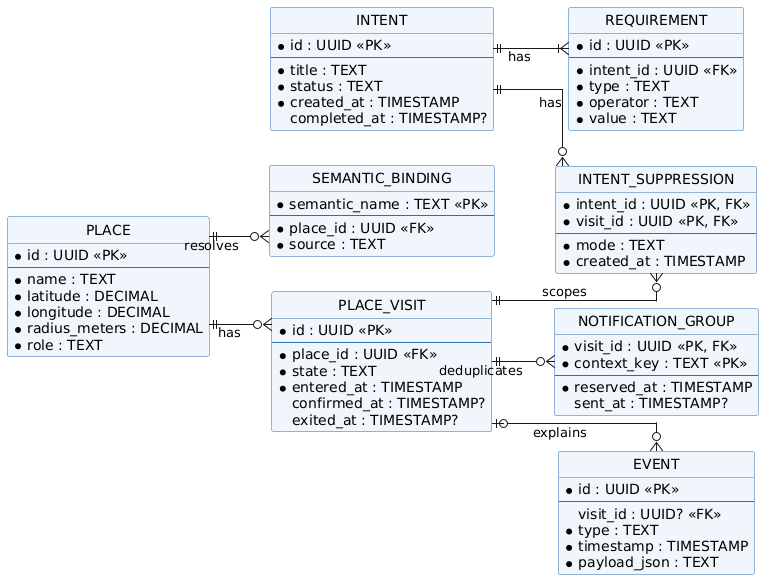
Above: docs/lab-02/diagrams/rendered/08-er.png in techmo0/GoCue (PlantUML), before the change.
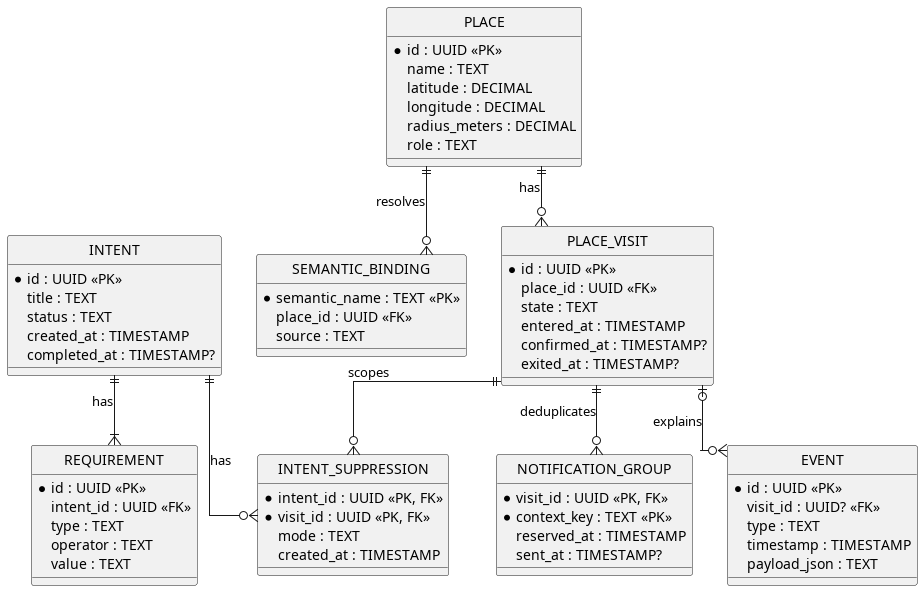
Above is the later version.

Commit message:
Update GoCue ER diagram

The edit, as a diff of the source:
```diff
@@ -1,83 +1,88 @@
 @startuml
-left to right direction
-skinparam backgroundColor white
-skinparam shadowing false
-skinparam defaultFontName "DejaVu Sans"
+
+hide circle
 skinparam linetype ortho
-skinparam class {
-  BackgroundColor #F0F6FB
-  BorderColor #2D70B2
-}
-hide circle
-
-entity "INTENT" as INTENT {
-  * id : UUID <<PK>>
-  --
-  * title : TEXT
-  * status : TEXT
-  * created_at : TIMESTAMP
-  completed_at : TIMESTAMP?
-}
-entity "REQUIREMENT" as REQUIREMENT {
-  * id : UUID <<PK>>
-  --
-  * intent_id : UUID <<FK>>
-  * type : TEXT
-  * operator : TEXT
-  * value : TEXT
-}
-entity "PLACE" as PLACE {
-  * id : UUID <<PK>>
-  --
-  * name : TEXT
-  * latitude : DECIMAL
-  * longitude : DECIMAL
-  * radius_meters : DECIMAL
-  * role : TEXT
-}
-entity "SEMANTIC_BINDING" as BINDING {
-  * semantic_name : TEXT <<PK>>
-  --
-  * place_id : UUID <<FK>>
-  * source : TEXT
-}
-entity "PLACE_VISIT" as VISIT {
-  * id : UUID <<PK>>
-  --
-  * place_id : UUID <<FK>>
-  * state : TEXT
-  * entered_at : TIMESTAMP
-  confirmed_at : TIMESTAMP?
-  exited_at : TIMESTAMP?
-}
-entity "INTENT_SUPPRESSION" as SUPPRESSION {
-  * intent_id : UUID <<PK, FK>>
-  * visit_id : UUID <<PK, FK>>
-  --
-  * mode : TEXT
-  * created_at : TIMESTAMP
-}
-entity "NOTIFICATION_GROUP" as NOTIFICATION {
-  * visit_id : UUID <<PK, FK>>
-  * context_key : TEXT <<PK>>
-  --
-  * reserved_at : TIMESTAMP
-  sent_at : TIMESTAMP?
-}
-entity "EVENT" as EVENT {
-  * id : UUID <<PK>>
-  --
-  visit_id : UUID? <<FK>>
-  * type : TEXT
-  * timestamp : TIMESTAMP
-  * payload_json : TEXT
+skinparam entity {
+    BackgroundColor #F0F6FC
+    BorderColor #6B9BD2
 }
 
+
+entity INTENT {
+    * id : UUID <<PK>>
+    title : TEXT
+    status : TEXT
+    created_at : TIMESTAMP
+    completed_at : TIMESTAMP?
+}
+
+entity REQUIREMENT {
+    * id : UUID <<PK>>
+    intent_id : UUID <<FK>>
+    type : TEXT
+    operator : TEXT
+    value : TEXT
+}
+
+entity PLACE {
+    * id : UUID <<PK>>
+    name : TEXT
+    latitude : DECIMAL
+    longitude : DECIMAL
+    radius_meters : DECIMAL
+    role : TEXT
+}
+
+entity SEMANTIC_BINDING {
+    * semantic_name : TEXT <<PK>>
+    place_id : UUID <<FK>>
+    source : TEXT
+}
+
+entity PLACE_VISIT {
+    * id : UUID <<PK>>
+    place_id : UUID <<FK>>
+    state : TEXT
+    entered_at : TIMESTAMP
+    confirmed_at : TIMESTAMP?
+    exited_at : TIMESTAMP?
+}
+
+entity INTENT_SUPPRESSION {
+    * intent_id : UUID <<PK, FK>>
+    * visit_id : UUID <<PK, FK>>
+    mode : TEXT
+    created_at : TIMESTAMP
+}
+
+entity NOTIFICATION_GROUP {
+    * visit_id : UUID <<PK, FK>>
+    * context_key : TEXT <<PK>>
+    reserved_at : TIMESTAMP
+    sent_at : TIMESTAMP?
+}
+
+entity EVENT {
+    * id : UUID <<PK>>
+    visit_id : UUID? <<FK>>
+    type : TEXT
+    timestamp : TIMESTAMP
+    payload_json : TEXT
+}
+
+
 INTENT ||--|{ REQUIREMENT : has
-PLACE ||--o{ BINDING : resolves
-PLACE ||--o{ VISIT : has
-INTENT ||--o{ SUPPRESSION : has
-VISIT ||--o{ SUPPRESSION : scopes
-VISIT ||--o{ NOTIFICATION : deduplicates
-VISIT |o--o{ EVENT : explains
+
+INTENT ||--o{ INTENT_SUPPRESSION : has
+
+PLACE ||--o{ SEMANTIC_BINDING : resolves
+
+PLACE ||--o{ PLACE_VISIT : has
+
+PLACE_VISIT ||--o{ INTENT_SUPPRESSION : scopes
+
+PLACE_VISIT ||--o{ NOTIFICATION_GROUP : deduplicates
+
+PLACE_VISIT |o--o{ EVENT : explains
+
 @enduml
```
